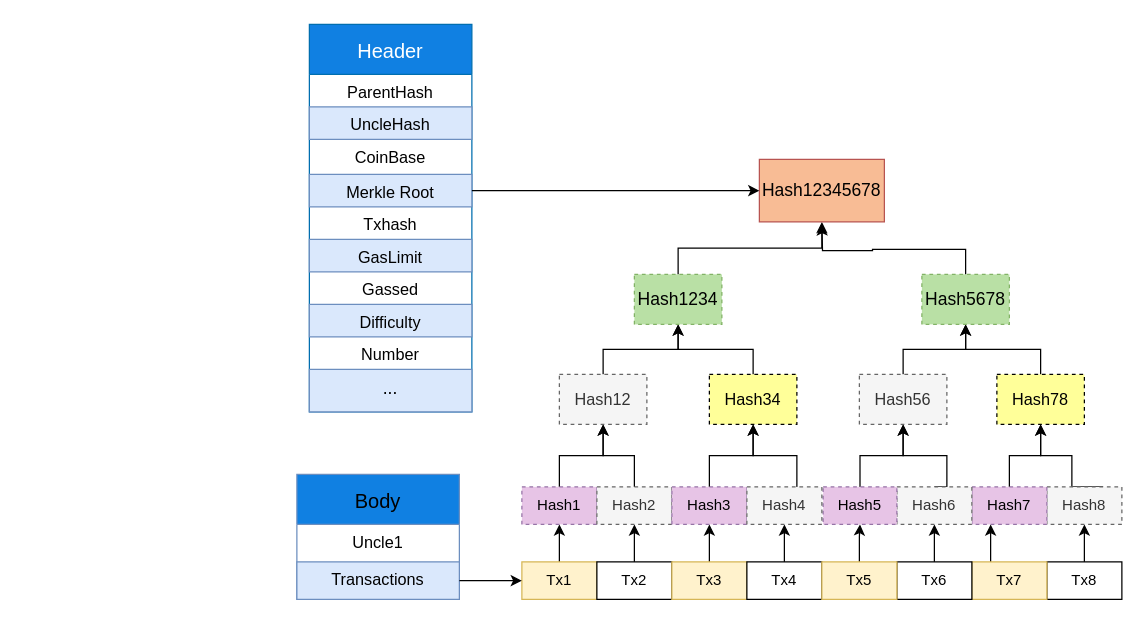
Earlier version of the draw.io diagram Untitled Diagram.drawio (yoyo-del/myfirstrepository). Source tidied: cells renumbered, new cells numbered last; positions are measured from the earlier drawing's top-left corner, leaving out a move shared by most shapes. Both pictures are drawn from the tidied source at 125%, with x=0, y=0 at pixel (296, 24).
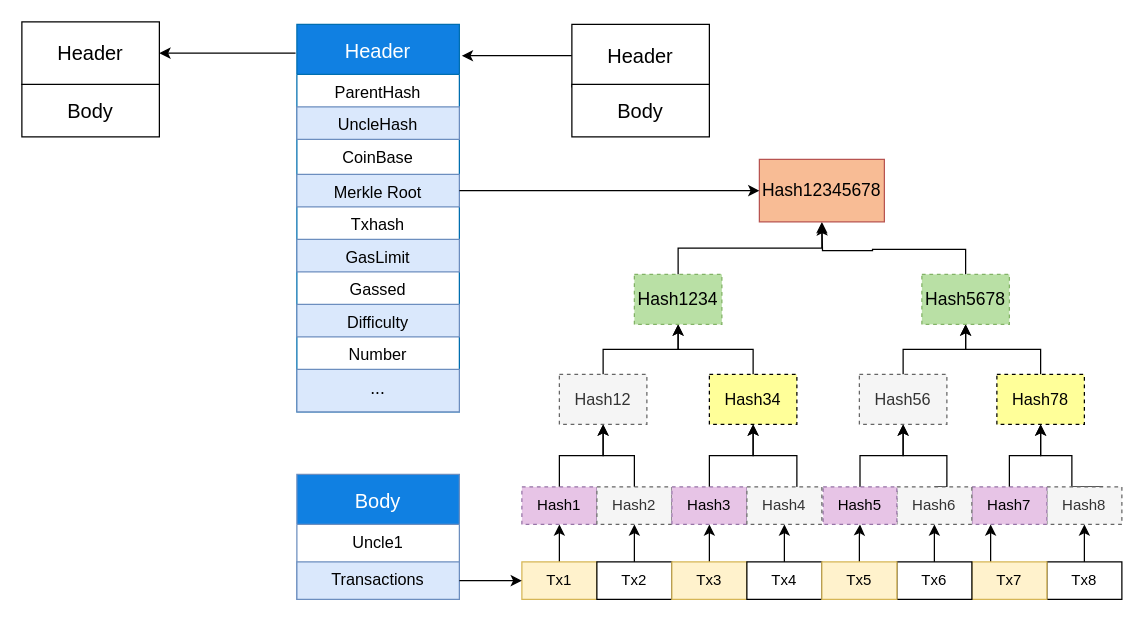
The same diagram, later.

Change to the diagram source:
```diff
@@
     <mxCell id="48" value="Header" style="swimlane;fontStyle=0;horizontal=1;startSize=40;fillColor=#1080E2;fontSize=16;fontColor=#ffffff;strokeColor=#006EAF;" parent="1" vertex="1">
-      <mxGeometry x="10" width="130" height="310" as="geometry" />
+      <mxGeometry width="130" height="310" as="geometry" />
     </mxCell>
@@
-    <mxCell id="60" value="Body" style="swimlane;fontStyle=0;horizontal=1;startSize=40;fillColor=#1080E2;fontSize=16;strokeColor=#6c8ebf;" parent="1" vertex="1">
+    <mxCell id="60" value="Body" style="swimlane;fontStyle=0;horizontal=1;startSize=40;fillColor=#1080E2;fontSize=16;strokeColor=#6c8ebf;fontColor=#FFFFFF;" parent="1" vertex="1">
       <mxGeometry y="360" width="130" height="100" as="geometry" />
     </mxCell>
@@
+    <mxCell id="64" style="edgeStyle=orthogonalEdgeStyle;rounded=0;jettySize=auto;html=1;entryX=1.015;entryY=0.081;entryDx=0;entryDy=0;entryPerimeter=0;fontSize=16;fontColor=#000000;" parent="1" edge="1" source="65" target="48">
+      <mxGeometry relative="1" as="geometry" />
+    </mxCell>
+    <mxCell id="65" value="Header" style="rounded=0;whiteSpace=wrap;html=1;fontSize=16;fontColor=#000000;fillColor=#FFFFFF;" parent="1" vertex="1">
+      <mxGeometry x="220" width="110" height="50" as="geometry" />
+    </mxCell>
+    <mxCell id="66" value="Body" style="rounded=0;whiteSpace=wrap;html=1;fontSize=16;fontColor=#000000;fillColor=#FFFFFF;" parent="1" vertex="1">
+      <mxGeometry x="220" y="48" width="110" height="42" as="geometry" />
+    </mxCell>
+    <mxCell id="67" value="Body" style="rounded=0;whiteSpace=wrap;html=1;fontSize=16;fontColor=#000000;fillColor=#FFFFFF;" parent="1" vertex="1">
+      <mxGeometry x="-220" y="48" width="110" height="42" as="geometry" />
+    </mxCell>
+    <mxCell id="68" value="Header" style="rounded=0;whiteSpace=wrap;html=1;fontSize=16;fontColor=#000000;fillColor=#FFFFFF;" parent="1" vertex="1">
+      <mxGeometry x="-220" y="-2" width="110" height="50" as="geometry" />
+    </mxCell>
+    <mxCell id="69" style="endArrow=classic;html=1;rounded=0;fontSize=16;fontColor=#000000;entryX=1;entryY=0.5;entryDx=0;entryDy=0;exitX=-0.008;exitY=0.074;exitDx=0;exitDy=0;exitPerimeter=0;" parent="1" edge="1" source="48" target="68">
+      <mxGeometry relative="1" as="geometry" />
+    </mxCell>
```
